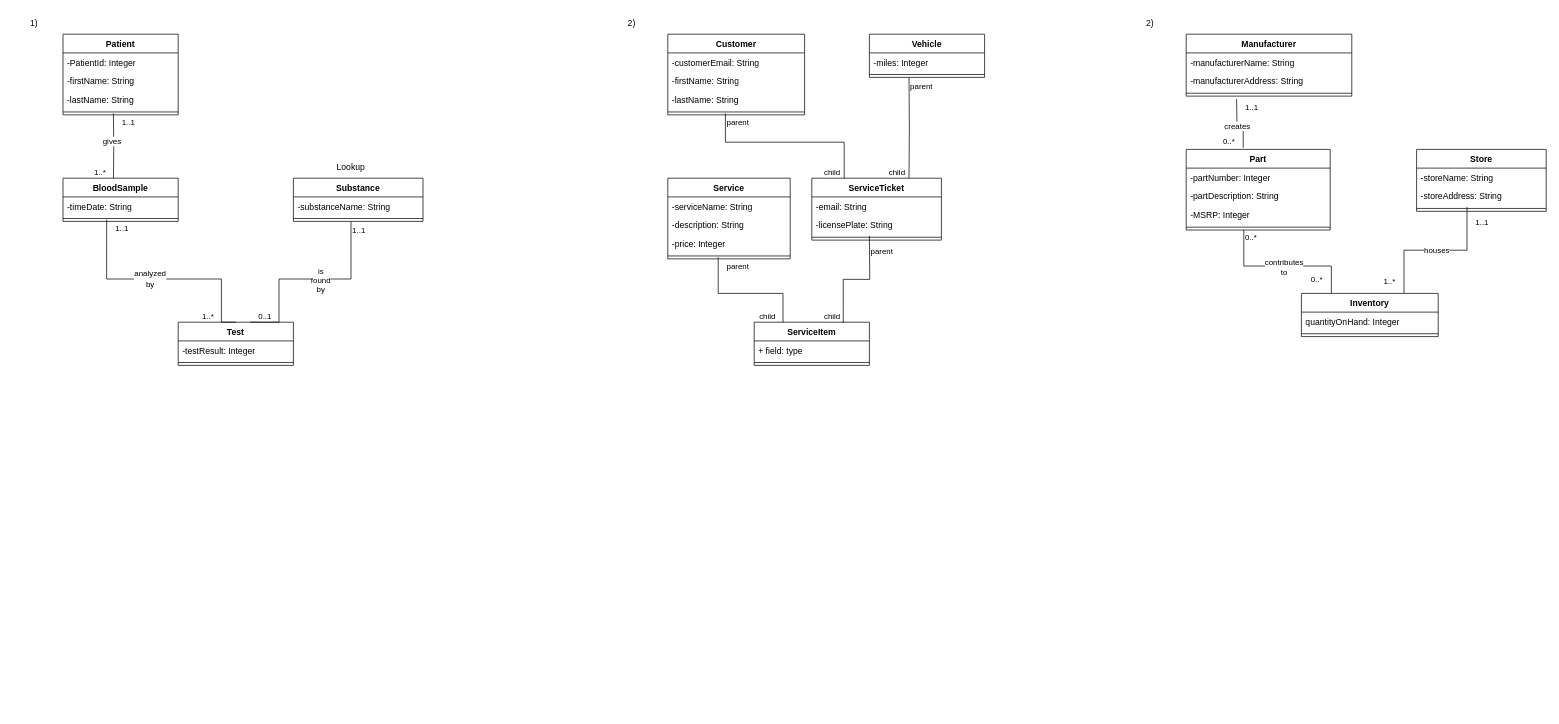
The draw.io diagram Midterm 1 Sample Exam.drawio in Cole-Hartman/database-UML, before the edit. Source tidied: cells renumbered, new cells numbered last; positions are measured from the earlier drawing's top-left corner, leaving out a move shared by most shapes. Both pictures are drawn from the tidied source at 72%, with x=0, y=0 at pixel (12, 12).
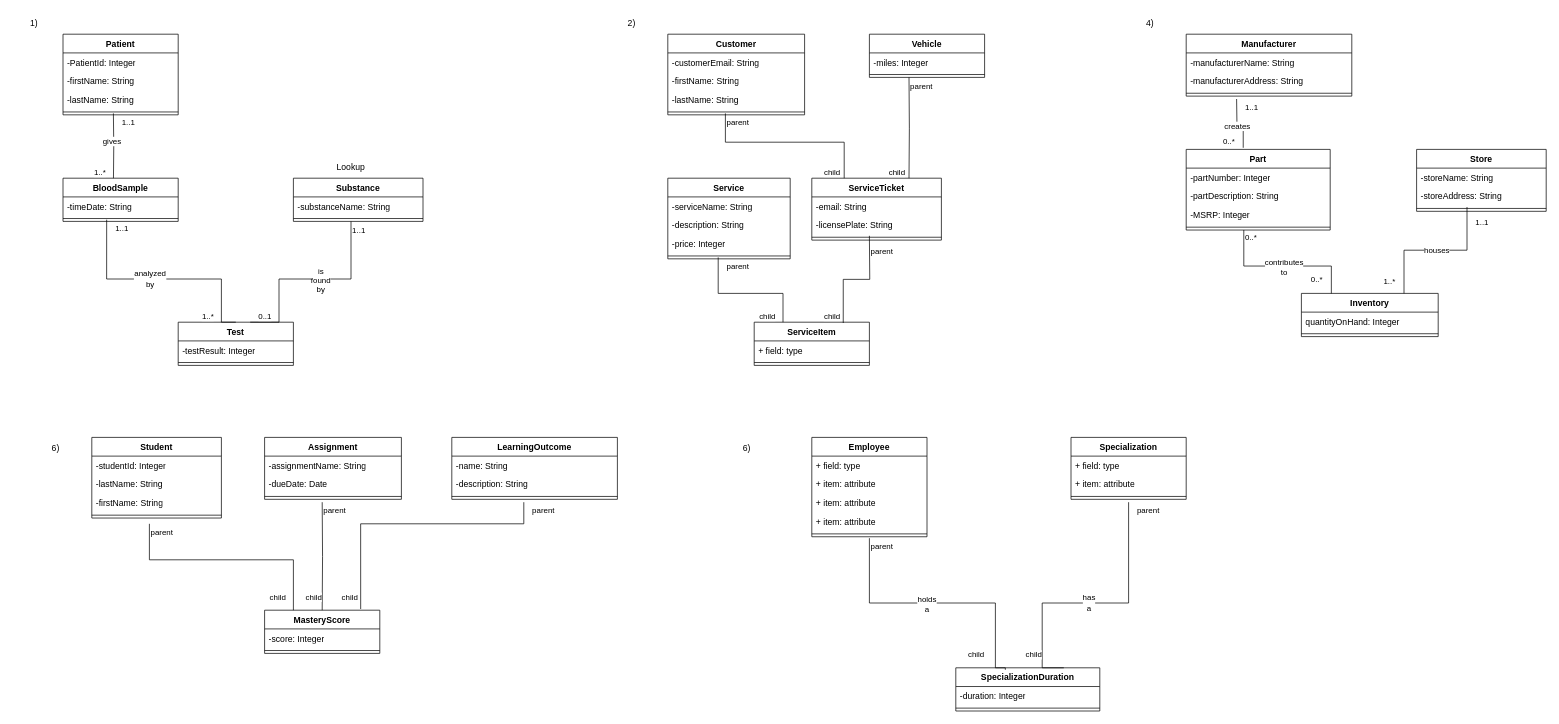
The same diagram, later.

Diff of the diagram source:
```diff
@@
-    <mxCell id="63" value="2)" style="text;html=1;align=center;verticalAlign=middle;whiteSpace=wrap;rounded=0;" parent="1" vertex="1">
+    <mxCell id="63" value="4)" style="text;html=1;align=center;verticalAlign=middle;whiteSpace=wrap;rounded=0;" parent="1" vertex="1">
       <mxGeometry x="1550" width="60" height="30" as="geometry" />
     </mxCell>
@@
+    <mxCell id="93" value="6)" style="text;html=1;align=center;verticalAlign=middle;whiteSpace=wrap;rounded=0;" parent="1" vertex="1">
+      <mxGeometry x="30" y="590" width="60" height="30" as="geometry" />
+    </mxCell>
+    <mxCell id="94" value="Student" style="swimlane;fontStyle=1;align=center;verticalAlign=top;horizontal=1;startSize=26;whiteSpace=wrap;html=1;" parent="1" vertex="1">
+      <mxGeometry x="110" y="590" width="180" height="112" as="geometry" />
+    </mxCell>
+    <mxCell id="95" value="-studentId: Integer" style="text;strokeColor=none;fillColor=none;align=left;verticalAlign=top;spacingLeft=4;spacingRight=4;overflow=hidden;whiteSpace=wrap;html=1;" parent="94" vertex="1">
+      <mxGeometry y="26" width="180" height="26" as="geometry" />
+    </mxCell>
+    <mxCell id="96" value="-lastName: String" style="text;strokeColor=none;fillColor=none;align=left;verticalAlign=top;spacingLeft=4;spacingRight=4;overflow=hidden;whiteSpace=wrap;html=1;" parent="94" vertex="1">
+      <mxGeometry y="52" width="180" height="26" as="geometry" />
+    </mxCell>
+    <mxCell id="97" value="-firstName: String" style="text;strokeColor=none;fillColor=none;align=left;verticalAlign=top;spacingLeft=4;spacingRight=4;overflow=hidden;whiteSpace=wrap;html=1;" parent="94" vertex="1">
+      <mxGeometry y="78" width="180" height="26" as="geometry" />
+    </mxCell>
+    <mxCell id="98" style="line;strokeWidth=1;fillColor=none;align=left;verticalAlign=middle;spacingTop=-1;spacingLeft=3;spacingRight=3;labelPosition=right;strokeColor=inherit;" parent="94" vertex="1">
+      <mxGeometry y="104" width="180" height="8" as="geometry" />
+    </mxCell>
+    <mxCell id="99" value="Assignment" style="swimlane;fontStyle=1;align=center;verticalAlign=top;horizontal=1;startSize=26;whiteSpace=wrap;html=1;" parent="1" vertex="1">
+      <mxGeometry x="350" y="590" width="190" height="86" as="geometry" />
+    </mxCell>
+    <mxCell id="100" value="-assignmentName: String" style="text;strokeColor=none;fillColor=none;align=left;verticalAlign=top;spacingLeft=4;spacingRight=4;overflow=hidden;whiteSpace=wrap;html=1;" parent="99" vertex="1">
+      <mxGeometry y="26" width="190" height="26" as="geometry" />
+    </mxCell>
+    <mxCell id="101" value="-dueDate: Date" style="text;strokeColor=none;fillColor=none;align=left;verticalAlign=top;spacingLeft=4;spacingRight=4;overflow=hidden;whiteSpace=wrap;html=1;" parent="99" vertex="1">
+      <mxGeometry y="52" width="190" height="26" as="geometry" />
+    </mxCell>
+    <mxCell id="102" style="line;strokeWidth=1;fillColor=none;align=left;verticalAlign=middle;spacingTop=-1;spacingLeft=3;spacingRight=3;labelPosition=right;strokeColor=inherit;" parent="99" vertex="1">
+      <mxGeometry y="78" width="190" height="8" as="geometry" />
+    </mxCell>
+    <mxCell id="103" value="LearningOutcome" style="swimlane;fontStyle=1;align=center;verticalAlign=top;horizontal=1;startSize=26;whiteSpace=wrap;html=1;" parent="1" vertex="1">
+      <mxGeometry x="610" y="590" width="230" height="86" as="geometry" />
+    </mxCell>
+    <mxCell id="104" value="-name: String" style="text;strokeColor=none;fillColor=none;align=left;verticalAlign=top;spacingLeft=4;spacingRight=4;overflow=hidden;whiteSpace=wrap;html=1;" parent="103" vertex="1">
+      <mxGeometry y="26" width="230" height="26" as="geometry" />
+    </mxCell>
+    <mxCell id="105" value="-description: String" style="text;strokeColor=none;fillColor=none;align=left;verticalAlign=top;spacingLeft=4;spacingRight=4;overflow=hidden;whiteSpace=wrap;html=1;" parent="103" vertex="1">
+      <mxGeometry y="52" width="230" height="26" as="geometry" />
+    </mxCell>
+    <mxCell id="106" style="line;strokeWidth=1;fillColor=none;align=left;verticalAlign=middle;spacingTop=-1;spacingLeft=3;spacingRight=3;labelPosition=right;strokeColor=inherit;" parent="103" vertex="1">
+      <mxGeometry y="78" width="230" height="8" as="geometry" />
+    </mxCell>
+    <mxCell id="107" value="MasteryScore" style="swimlane;fontStyle=1;align=center;verticalAlign=top;horizontal=1;startSize=26;whiteSpace=wrap;html=1;" parent="1" vertex="1">
+      <mxGeometry x="350" y="830" width="160" height="60" as="geometry" />
+    </mxCell>
+    <mxCell id="108" value="-score: Integer" style="text;strokeColor=none;fillColor=none;align=left;verticalAlign=top;spacingLeft=4;spacingRight=4;overflow=hidden;whiteSpace=wrap;html=1;" parent="107" vertex="1">
+      <mxGeometry y="26" width="160" height="26" as="geometry" />
+    </mxCell>
+    <mxCell id="109" style="line;strokeWidth=1;fillColor=none;align=left;verticalAlign=middle;spacingTop=-1;spacingLeft=3;spacingRight=3;labelPosition=right;strokeColor=inherit;" parent="107" vertex="1">
+      <mxGeometry y="52" width="160" height="8" as="geometry" />
+    </mxCell>
+    <mxCell id="110" style="endArrow=none;html=1;edgeStyle=orthogonalEdgeStyle;rounded=0;" parent="1" edge="1">
+      <mxGeometry relative="1" as="geometry">
+        <mxPoint x="190" y="710" as="sourcePoint" />
+        <mxPoint x="390" y="830" as="targetPoint" />
+        <Array as="points">
+          <mxPoint x="190" y="760" />
+          <mxPoint x="390" y="760" />
+          <mxPoint x="390" y="830" />
+        </Array>
+      </mxGeometry>
+    </mxCell>
+    <mxCell id="111" value="parent" style="edgeLabel;html=1;align=left;verticalAlign=bottom;" parent="110" vertex="1">
+      <mxGeometry x="-1" relative="1" as="geometry">
+        <mxPoint y="20" as="offset" />
+      </mxGeometry>
+    </mxCell>
+    <mxCell id="112" value="child" style="edgeLabel;html=1;align=right;verticalAlign=bottom;" parent="110" vertex="1">
+      <mxGeometry x="1" relative="1" as="geometry">
+        <mxPoint x="-10" y="-10" as="offset" />
+      </mxGeometry>
+    </mxCell>
+    <mxCell id="113" style="endArrow=none;html=1;edgeStyle=orthogonalEdgeStyle;rounded=0;entryX=0.5;entryY=0;entryDx=0;entryDy=0;" parent="1" edge="1" target="107">
+      <mxGeometry relative="1" as="geometry">
+        <mxPoint x="430" y="680" as="sourcePoint" />
+      </mxGeometry>
+    </mxCell>
+    <mxCell id="114" value="parent" style="edgeLabel;html=1;align=left;verticalAlign=bottom;" parent="113" vertex="1">
+      <mxGeometry x="-1" relative="1" as="geometry">
+        <mxPoint y="20" as="offset" />
+      </mxGeometry>
+    </mxCell>
+    <mxCell id="115" value="child" style="edgeLabel;html=1;align=right;verticalAlign=bottom;" parent="113" vertex="1">
+      <mxGeometry x="1" relative="1" as="geometry">
+        <mxPoint y="-10" as="offset" />
+      </mxGeometry>
+    </mxCell>
+    <mxCell id="116" style="endArrow=none;html=1;edgeStyle=orthogonalEdgeStyle;rounded=0;entryX=0.834;entryY=-0.027;entryDx=0;entryDy=0;entryPerimeter=0;" parent="1" edge="1" target="107">
+      <mxGeometry relative="1" as="geometry">
+        <mxPoint x="710" y="680" as="sourcePoint" />
+        <Array as="points">
+          <mxPoint x="710" y="710" />
+          <mxPoint x="483" y="710" />
+          <mxPoint x="483" y="828" />
+        </Array>
+      </mxGeometry>
+    </mxCell>
+    <mxCell id="117" value="parent" style="edgeLabel;html=1;align=left;verticalAlign=bottom;" parent="116" vertex="1">
+      <mxGeometry x="-1" relative="1" as="geometry">
+        <mxPoint x="10" y="20" as="offset" />
+      </mxGeometry>
+    </mxCell>
+    <mxCell id="118" value="child" style="edgeLabel;html=1;align=right;verticalAlign=bottom;" parent="116" vertex="1">
+      <mxGeometry x="1" relative="1" as="geometry">
+        <mxPoint x="-3" y="-8" as="offset" />
+      </mxGeometry>
+    </mxCell>
+    <mxCell id="119" value="6)" style="text;html=1;align=center;verticalAlign=middle;whiteSpace=wrap;rounded=0;" parent="1" vertex="1">
+      <mxGeometry x="990" y="590" width="60" height="30" as="geometry" />
+    </mxCell>
+    <mxCell id="120" value="Employee" style="swimlane;fontStyle=1;align=center;verticalAlign=top;horizontal=1;startSize=26;whiteSpace=wrap;html=1;" parent="1" vertex="1">
+      <mxGeometry x="1110" y="590" width="160" height="138" as="geometry" />
+    </mxCell>
+    <mxCell id="121" value="+ field: type" style="text;strokeColor=none;fillColor=none;align=left;verticalAlign=top;spacingLeft=4;spacingRight=4;overflow=hidden;whiteSpace=wrap;html=1;" parent="120" vertex="1">
+      <mxGeometry y="26" width="160" height="26" as="geometry" />
+    </mxCell>
+    <mxCell id="122" value="+ item: attribute" style="text;strokeColor=none;fillColor=none;align=left;verticalAlign=top;spacingLeft=4;spacingRight=4;overflow=hidden;whiteSpace=wrap;html=1;" parent="120" vertex="1">
+      <mxGeometry y="52" width="160" height="26" as="geometry" />
+    </mxCell>
+    <mxCell id="123" value="+ item: attribute" style="text;strokeColor=none;fillColor=none;align=left;verticalAlign=top;spacingLeft=4;spacingRight=4;overflow=hidden;whiteSpace=wrap;html=1;" parent="120" vertex="1">
+      <mxGeometry y="78" width="160" height="26" as="geometry" />
+    </mxCell>
+    <mxCell id="124" value="+ item: attribute" style="text;strokeColor=none;fillColor=none;align=left;verticalAlign=top;spacingLeft=4;spacingRight=4;overflow=hidden;whiteSpace=wrap;html=1;" parent="120" vertex="1">
+      <mxGeometry y="104" width="160" height="26" as="geometry" />
+    </mxCell>
+    <mxCell id="125" style="line;strokeWidth=1;fillColor=none;align=left;verticalAlign=middle;spacingTop=-1;spacingLeft=3;spacingRight=3;labelPosition=right;strokeColor=inherit;" parent="120" vertex="1">
+      <mxGeometry y="130" width="160" height="8" as="geometry" />
+    </mxCell>
+    <mxCell id="126" value="Specialization" style="swimlane;fontStyle=1;align=center;verticalAlign=top;horizontal=1;startSize=26;whiteSpace=wrap;html=1;" parent="1" vertex="1">
+      <mxGeometry x="1470" y="590" width="160" height="86" as="geometry" />
+    </mxCell>
+    <mxCell id="127" value="+ field: type" style="text;strokeColor=none;fillColor=none;align=left;verticalAlign=top;spacingLeft=4;spacingRight=4;overflow=hidden;whiteSpace=wrap;html=1;" parent="126" vertex="1">
+      <mxGeometry y="26" width="160" height="26" as="geometry" />
+    </mxCell>
+    <mxCell id="128" value="+ item: attribute" style="text;strokeColor=none;fillColor=none;align=left;verticalAlign=top;spacingLeft=4;spacingRight=4;overflow=hidden;whiteSpace=wrap;html=1;" parent="126" vertex="1">
+      <mxGeometry y="52" width="160" height="26" as="geometry" />
+    </mxCell>
+    <mxCell id="129" style="line;strokeWidth=1;fillColor=none;align=left;verticalAlign=middle;spacingTop=-1;spacingLeft=3;spacingRight=3;labelPosition=right;strokeColor=inherit;" parent="126" vertex="1">
+      <mxGeometry y="78" width="160" height="8" as="geometry" />
+    </mxCell>
+    <mxCell id="130" value="SpecializationDuration" style="swimlane;fontStyle=1;align=center;verticalAlign=top;horizontal=1;startSize=26;whiteSpace=wrap;html=1;" parent="1" vertex="1">
+      <mxGeometry x="1310" y="910" width="200" height="60" as="geometry" />
+    </mxCell>
+    <mxCell id="131" value="-duration: Integer" style="text;strokeColor=none;fillColor=none;align=left;verticalAlign=top;spacingLeft=4;spacingRight=4;overflow=hidden;whiteSpace=wrap;html=1;" parent="130" vertex="1">
+      <mxGeometry y="26" width="200" height="26" as="geometry" />
+    </mxCell>
+    <mxCell id="132" style="line;strokeWidth=1;fillColor=none;align=left;verticalAlign=middle;spacingTop=-1;spacingLeft=3;spacingRight=3;labelPosition=right;strokeColor=inherit;" parent="130" vertex="1">
+      <mxGeometry y="52" width="200" height="8" as="geometry" />
+    </mxCell>
+    <mxCell id="133" style="endArrow=none;html=1;edgeStyle=orthogonalEdgeStyle;rounded=0;entryX=0.344;entryY=0.046;entryDx=0;entryDy=0;entryPerimeter=0;" parent="1" edge="1" target="130">
+      <mxGeometry relative="1" as="geometry">
+        <mxPoint x="1190" y="730" as="sourcePoint" />
+        <Array as="points">
+          <mxPoint x="1190" y="820" />
+          <mxPoint x="1365" y="820" />
+          <mxPoint x="1365" y="910" />
+          <mxPoint x="1379" y="910" />
+        </Array>
+      </mxGeometry>
+    </mxCell>
+    <mxCell id="134" value="parent" style="edgeLabel;html=1;align=left;verticalAlign=bottom;" parent="133" vertex="1">
+      <mxGeometry x="-1" relative="1" as="geometry">
+        <mxPoint y="20" as="offset" />
+      </mxGeometry>
+    </mxCell>
+    <mxCell id="135" value="child" style="edgeLabel;html=1;align=right;verticalAlign=bottom;" parent="133" vertex="1">
+      <mxGeometry x="1" relative="1" as="geometry">
+        <mxPoint x="-29" y="-13" as="offset" />
+      </mxGeometry>
+    </mxCell>
+    <mxCell id="136" value="holds&lt;br&gt;a" style="edgeLabel;html=1;align=center;verticalAlign=middle;" parent="133" vertex="1">
+      <mxGeometry x="-0.09" y="-1" relative="1" as="geometry" />
+    </mxCell>
+    <mxCell id="137" style="endArrow=none;html=1;edgeStyle=orthogonalEdgeStyle;rounded=0;entryX=0.75;entryY=0;entryDx=0;entryDy=0;" parent="1" edge="1" target="130">
+      <mxGeometry relative="1" as="geometry">
+        <mxPoint x="1550" y="680" as="sourcePoint" />
+        <Array as="points">
+          <mxPoint x="1550" y="820" />
+          <mxPoint x="1430" y="820" />
+        </Array>
+      </mxGeometry>
+    </mxCell>
+    <mxCell id="138" value="parent" style="edgeLabel;html=1;align=left;verticalAlign=bottom;" parent="137" vertex="1">
+      <mxGeometry x="-1" relative="1" as="geometry">
+        <mxPoint x="10" y="20" as="offset" />
+      </mxGeometry>
+    </mxCell>
+    <mxCell id="139" value="child" style="edgeLabel;html=1;align=right;verticalAlign=bottom;" parent="137" vertex="1">
+      <mxGeometry x="1" relative="1" as="geometry">
+        <mxPoint x="-30" y="-10" as="offset" />
+      </mxGeometry>
+    </mxCell>
+    <mxCell id="140" value="has&lt;br&gt;a" style="edgeLabel;html=1;align=center;verticalAlign=middle;" parent="137" vertex="1">
+      <mxGeometry x="0.03" y="-1" relative="1" as="geometry" />
+    </mxCell>
```
